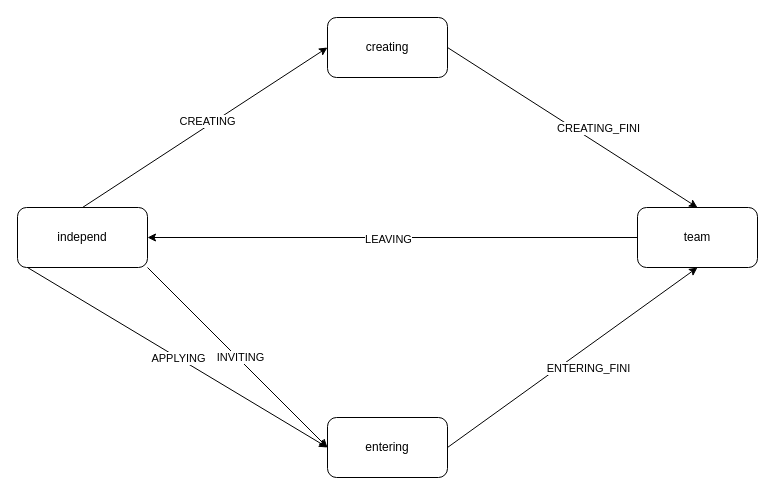
This is 组队状态机.drawio from junpfeng/UE, a draw.io file, before an edit. Source tidied: cells renumbered, new cells numbered last; positions are measured from the earlier drawing's top-left corner, leaving out a move shared by most shapes. Both pictures are drawn from the tidied source at 100%, with x=0, y=0 at pixel (17, 17).
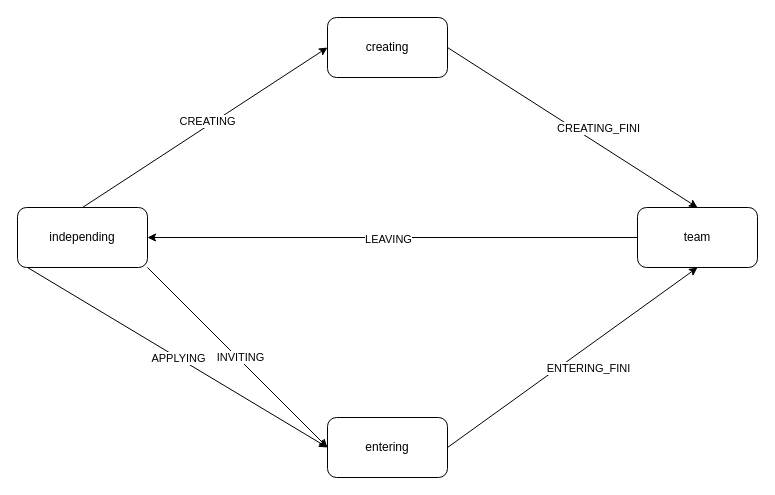
The same diagram, later.

Commit message:
更新组队状态机.drawio

The edit, as a diff of the source:
```diff
@@
 <mxGraphModel>
   <root>
     <mxCell id="0" />
     <mxCell id="1" parent="0" />
-    <mxCell id="2" value="independ" style="rounded=1;whiteSpace=wrap;html=1;" parent="1" vertex="1">
+    <mxCell id="2" value="independing" style="rounded=1;whiteSpace=wrap;html=1;" parent="1" vertex="1">
       <mxGeometry y="190" width="130" height="60" as="geometry" />
     </mxCell>
     <mxCell id="3" style="edgeStyle=orthogonalEdgeStyle;rounded=0;jettySize=auto;html=1;exitX=0;exitY=0.5;exitDx=0;exitDy=0;entryX=1;entryY=0.5;entryDx=0;entryDy=0;" parent="1" edge="1" source="5" target="2">
       <mxGeometry relative="1" as="geometry" />
     </mxCell>
     <mxCell id="4" value="LEAVING" style="edgeLabel;html=1;align=center;verticalAlign=middle;" parent="3" vertex="1">
       <mxGeometry x="0.02" y="1" relative="1" as="geometry" />
     </mxCell>
     <mxCell id="5" value="team" style="rounded=1;whiteSpace=wrap;html=1;" parent="1" vertex="1">
       <mxGeometry x="620" y="190" width="120" height="60" as="geometry" />
     </mxCell>
     <mxCell id="6" value="creating" style="rounded=1;whiteSpace=wrap;html=1;" parent="1" vertex="1">
       <mxGeometry x="310" width="120" height="60" as="geometry" />
     </mxCell>
     <mxCell id="7" value="entering" style="rounded=1;whiteSpace=wrap;html=1;" parent="1" vertex="1">
       <mxGeometry x="310" y="400" width="120" height="60" as="geometry" />
     </mxCell>
     <mxCell id="8" style="endArrow=classic;html=1;rounded=0;exitX=1;exitY=1;exitDx=0;exitDy=0;entryX=0;entryY=0.5;entryDx=0;entryDy=0;" parent="1" edge="1" source="2" target="7">
       <mxGeometry relative="1" as="geometry" />
     </mxCell>
     <mxCell id="9" value="INVITING" style="edgeLabel;html=1;align=center;verticalAlign=middle;" parent="8" vertex="1">
       <mxGeometry x="0.04" y="1" relative="1" as="geometry">
         <mxPoint x="-2" y="-3" as="offset" />
       </mxGeometry>
     </mxCell>
     <mxCell id="10" style="endArrow=classic;html=1;rounded=0;exitX=1;exitY=1;exitDx=0;exitDy=0;entryX=0;entryY=0.5;entryDx=0;entryDy=0;" parent="1" edge="1" target="7">
       <mxGeometry relative="1" as="geometry">
         <mxPoint x="10" y="250" as="sourcePoint" />
       </mxGeometry>
     </mxCell>
     <mxCell id="11" value="APPLYING" style="edgeLabel;html=1;align=center;verticalAlign=middle;" parent="10" vertex="1">
       <mxGeometry relative="1" as="geometry" />
     </mxCell>
     <mxCell id="12" style="endArrow=classic;html=1;rounded=0;exitX=0.5;exitY=0;exitDx=0;exitDy=0;entryX=0;entryY=0.5;entryDx=0;entryDy=0;" parent="1" edge="1" source="2" target="6">
       <mxGeometry relative="1" as="geometry" />
     </mxCell>
     <mxCell id="13" value="CREATING" style="edgeLabel;html=1;align=center;verticalAlign=middle;" parent="12" vertex="1">
       <mxGeometry x="0.04" y="1" relative="1" as="geometry">
         <mxPoint x="-2" y="-3" as="offset" />
       </mxGeometry>
     </mxCell>
     <mxCell id="14" style="endArrow=classic;html=1;rounded=0;entryX=0.5;entryY=0;entryDx=0;entryDy=0;exitX=1;exitY=0.5;exitDx=0;exitDy=0;" parent="1" edge="1" source="6" target="5">
       <mxGeometry relative="1" as="geometry" />
     </mxCell>
     <mxCell id="15" style="endArrow=classic;html=1;rounded=0;entryX=0.5;entryY=1;entryDx=0;entryDy=0;exitX=1;exitY=0.5;exitDx=0;exitDy=0;" parent="1" edge="1" source="7" target="5">
       <mxGeometry relative="1" as="geometry" />
     </mxCell>
     <mxCell id="16" value="CREATING_FINI" style="edgeLabel;html=1;align=center;verticalAlign=middle;" parent="1" vertex="1">
       <mxGeometry x="580" y="110" as="geometry" />
     </mxCell>
     <mxCell id="17" value="ENTERING_FINI" style="edgeLabel;html=1;align=center;verticalAlign=middle;" parent="1" vertex="1">
       <mxGeometry x="570" y="350" as="geometry" />
     </mxCell>
   </root>
 </mxGraphModel>
```
